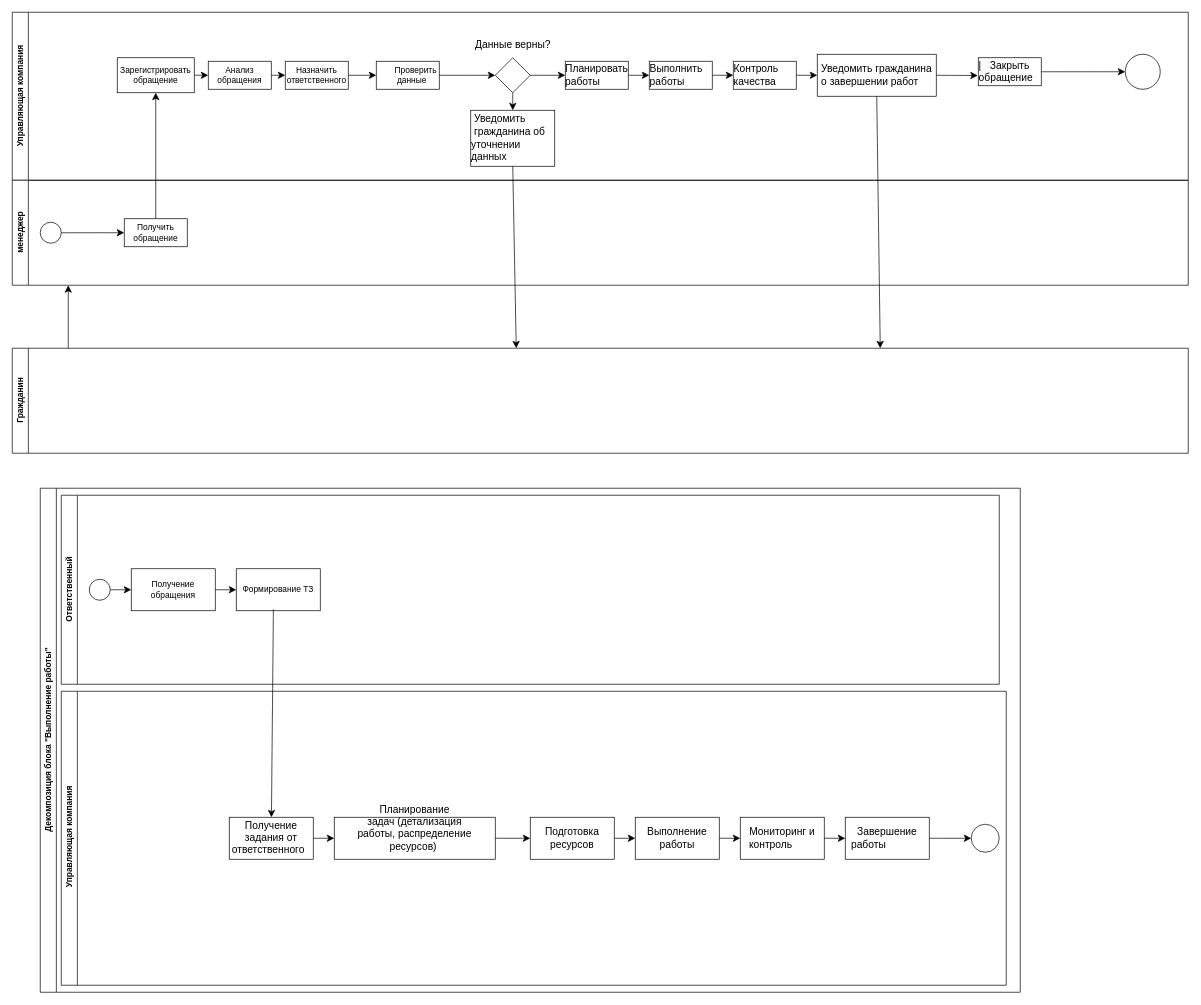
The draw.io diagram 2 семестр/Управление бизнес-процессами/пр7/Диаграмма без названия.drawio in Raccoonn78/MagiCtr, before the edit. Source tidied: cells renumbered, new cells numbered last; positions are measured from the earlier drawing's top-left corner, leaving out a move shared by most shapes. Both pictures are drawn from the tidied source at 70%, with x=0, y=0 at pixel (12, 12).
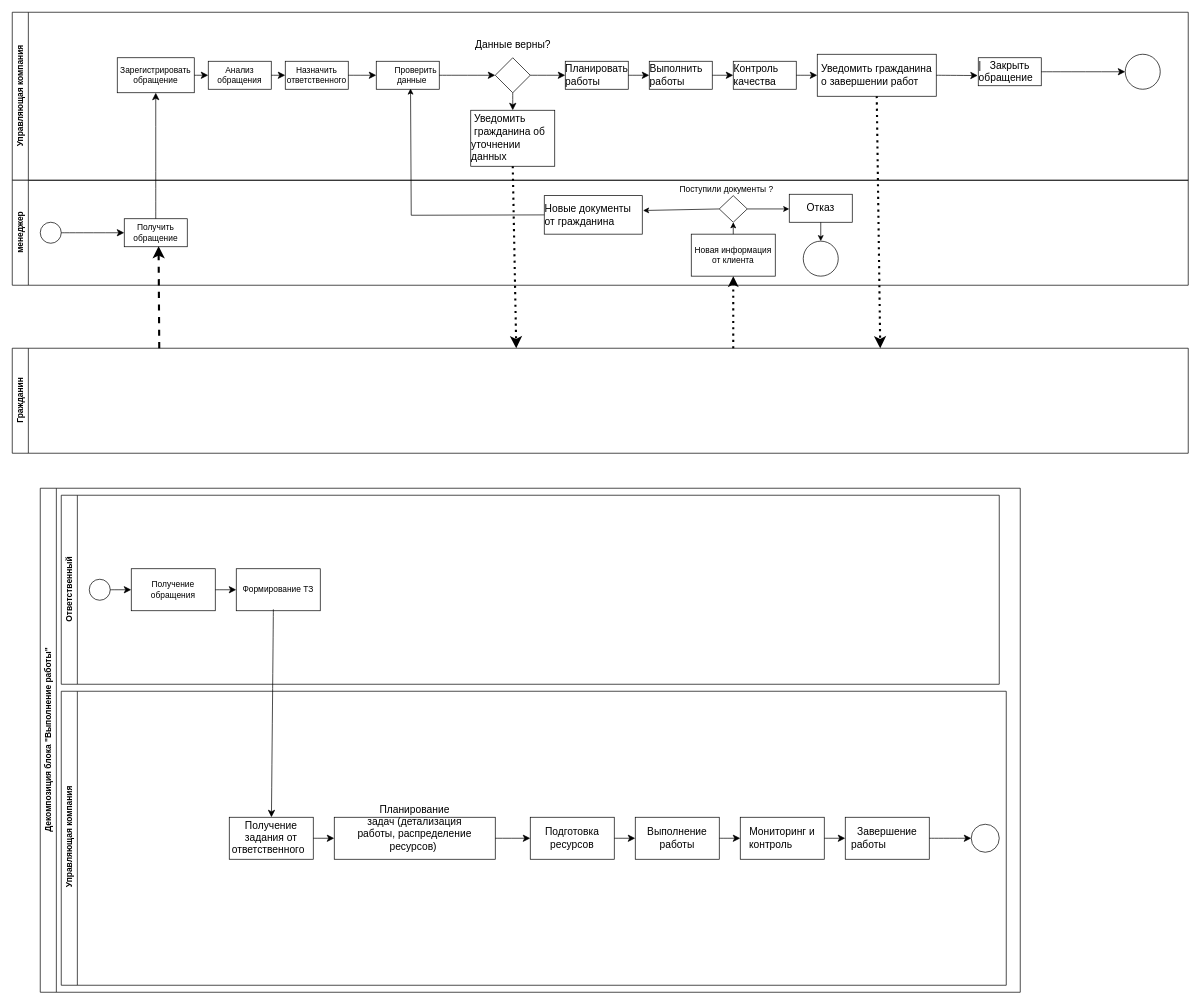
Above is the later version.

Unchanged cells that the change refers to:
```xml
<mxCell id="2" value="Управляющая компания" style="swimlane;horizontal=0;whiteSpace=wrap;html=1;" parent="1" vertex="1">
  <mxGeometry width="1680" height="240" as="geometry" />
</mxCell>
<mxCell id="6" value="&lt;div style=&quot;text-align: left;&quot;&gt;&lt;span style=&quot;white-space: pre;&quot;&gt;&#9;&lt;/span&gt;Проверить&amp;nbsp; &amp;nbsp; &amp;nbsp; &amp;nbsp; &amp;nbsp; &amp;nbsp;данные&lt;br&gt;&lt;/div&gt;" style="rounded=0;whiteSpace=wrap;html=1;" parent="2" vertex="1">
  <mxGeometry x="520" y="70" width="90" height="40" as="geometry" />
</mxCell>
<mxCell id="9" value="&lt;div style=&quot;text-align: left;&quot;&gt;&lt;span style=&quot;font-size:11.0pt;mso-bidi-font-size:14.0pt;&lt;br/&gt;line-height:107%;font-family:&amp;quot;Calibri&amp;quot;,sans-serif;mso-ascii-theme-font:minor-latin;&lt;br/&gt;mso-fareast-font-family:DengXian;mso-fareast-theme-font:minor-fareast;&lt;br/&gt;mso-hansi-theme-font:minor-latin;mso-bidi-font-family:&amp;quot;Cordia New&amp;quot;;mso-bidi-theme-font:&lt;br/&gt;minor-bidi;mso-ansi-language:RU;mso-fareast-language:ZH-CN;mso-bidi-language:&lt;br/&gt;TH&quot;&gt;&amp;nbsp;Уведомить&amp;nbsp; &amp;nbsp; &amp;nbsp; &amp;nbsp;гражданина&amp;nbsp;&lt;/span&gt;&lt;span style=&quot;font-family: Calibri, sans-serif; font-size: 11pt; background-color: initial; text-align: center;&quot;&gt;об уточнении данных&lt;/span&gt;&lt;span style=&quot;font-family: Calibri, sans-serif; font-size: 11pt; background-color: initial; text-align: center;&quot;&gt;&amp;nbsp;&lt;/span&gt;&lt;br&gt;&lt;/div&gt;" style="rounded=0;whiteSpace=wrap;html=1;" parent="2" vertex="1">
  <mxGeometry x="655" y="140" width="120" height="80" as="geometry" />
</mxCell>
<mxCell id="14" value="&lt;div style=&quot;text-align: left;&quot;&gt;&lt;span style=&quot;font-size:11.0pt;mso-bidi-font-size:14.0pt;&lt;br/&gt;line-height:107%;font-family:&amp;quot;Calibri&amp;quot;,sans-serif;mso-ascii-theme-font:minor-latin;&lt;br/&gt;mso-fareast-font-family:DengXian;mso-fareast-theme-font:minor-fareast;&lt;br/&gt;mso-hansi-theme-font:minor-latin;mso-bidi-font-family:&amp;quot;Cordia New&amp;quot;;mso-bidi-theme-font:&lt;br/&gt;minor-bidi;mso-ansi-language:RU;mso-fareast-language:ZH-CN;mso-bidi-language:&lt;br/&gt;TH&quot;&gt;Уведомить гражданина&lt;/span&gt;&lt;/div&gt;&lt;div style=&quot;text-align: left;&quot;&gt;&lt;span style=&quot;font-size:11.0pt;mso-bidi-font-size:14.0pt;&lt;br/&gt;line-height:107%;font-family:&amp;quot;Calibri&amp;quot;,sans-serif;mso-ascii-theme-font:minor-latin;&lt;br/&gt;mso-fareast-font-family:DengXian;mso-fareast-theme-font:minor-fareast;&lt;br/&gt;mso-hansi-theme-font:minor-latin;mso-bidi-font-family:&amp;quot;Cordia New&amp;quot;;mso-bidi-theme-font:&lt;br/&gt;minor-bidi;mso-ansi-language:RU;mso-fareast-language:ZH-CN;mso-bidi-language:&lt;br/&gt;TH&quot;&gt;&lt;span style=&quot;font-size: 11pt; background-color: initial;&quot;&gt;о завершении работ&lt;/span&gt;&lt;span style=&quot;font-size: 11pt; background-color: initial;&quot;&gt;&amp;nbsp;&lt;/span&gt;&amp;nbsp;&lt;/span&gt;&lt;br&gt;&lt;/div&gt;" style="rounded=0;whiteSpace=wrap;html=1;" parent="2" vertex="1">
  <mxGeometry x="1150" y="60" width="170" height="60" as="geometry" />
</mxCell>
<mxCell id="29" value="менеджер" style="swimlane;horizontal=0;whiteSpace=wrap;html=1;" parent="1" vertex="1">
  <mxGeometry y="240" width="1680" height="150" as="geometry" />
</mxCell>
<mxCell id="30" value="Получить обращение" style="rounded=0;whiteSpace=wrap;html=1;" parent="29" vertex="1">
  <mxGeometry x="160" y="55" width="90" height="40" as="geometry" />
</mxCell>
```

Change to the diagram source:
```diff
@@
-    <mxCell id="15" style="endArrow=classic;html=1;rounded=0;fontSize=12;startSize=8;endSize=8;curved=1;exitX=0.5;exitY=1;exitDx=0;exitDy=0;" parent="2" edge="1" source="14">
+    <mxCell id="15" style="endArrow=classic;html=1;rounded=0;fontSize=12;startSize=8;endSize=8;curved=1;exitX=0.5;exitY=1;exitDx=0;exitDy=0;strokeWidth=3;dashed=1;dashPattern=1 2;" parent="2" edge="1" source="14">
       <mxGeometry relative="1" as="geometry">
         <mxPoint x="1240" y="480" as="targetPoint" />
       </mxGeometry>
     </mxCell>
@@
+    <mxCell id="59" value="&lt;div style=&quot;text-align: left;&quot;&gt;&lt;span style=&quot;font-size:11.0pt;mso-bidi-font-size:14.0pt;&lt;br/&gt;line-height:107%;font-family:&amp;quot;Calibri&amp;quot;,sans-serif;mso-ascii-theme-font:minor-latin;&lt;br/&gt;mso-fareast-font-family:DengXian;mso-fareast-theme-font:minor-fareast;&lt;br/&gt;mso-hansi-theme-font:minor-latin;mso-bidi-font-family:&amp;quot;Cordia New&amp;quot;;mso-bidi-theme-font:&lt;br/&gt;minor-bidi;mso-ansi-language:RU;mso-fareast-language:ZH-CN;mso-bidi-language:&lt;br/&gt;TH&quot;&gt;Новые документы от гражданина&lt;/span&gt;&lt;br&gt;&lt;/div&gt;" style="rounded=0;whiteSpace=wrap;html=1;" parent="29" vertex="1">
+      <mxGeometry x="760" y="22" width="140" height="55" as="geometry" />
+    </mxCell>
+    <mxCell id="60" value="Новая информация от клиента" style="rounded=0;whiteSpace=wrap;html=1;" parent="29" vertex="1">
+      <mxGeometry x="970" y="77" width="120" height="60" as="geometry" />
+    </mxCell>
+    <mxCell id="61" style="rhombus;whiteSpace=wrap;html=1;" parent="29" vertex="1">
+      <mxGeometry x="1010" y="22" width="40" height="38" as="geometry" />
+    </mxCell>
+    <mxCell id="62" style="endArrow=classic;html=1;rounded=0;exitX=0;exitY=0.5;exitDx=0;exitDy=0;entryX=1.008;entryY=0.386;entryDx=0;entryDy=0;entryPerimeter=0;" parent="29" edge="1" source="61" target="59">
+      <mxGeometry relative="1" as="geometry" />
+    </mxCell>
+    <mxCell id="63" value="&lt;div style=&quot;text-align: left;&quot;&gt;&lt;span style=&quot;font-size:11.0pt;mso-bidi-font-size:14.0pt;&lt;br/&gt;line-height:107%;font-family:&amp;quot;Calibri&amp;quot;,sans-serif;mso-ascii-theme-font:minor-latin;&lt;br/&gt;mso-fareast-font-family:DengXian;mso-fareast-theme-font:minor-fareast;&lt;br/&gt;mso-hansi-theme-font:minor-latin;mso-bidi-font-family:&amp;quot;Cordia New&amp;quot;;mso-bidi-theme-font:&lt;br/&gt;minor-bidi;mso-ansi-language:RU;mso-fareast-language:ZH-CN;mso-bidi-language:&lt;br/&gt;TH&quot;&gt;Отказ&lt;/span&gt;&lt;br&gt;&lt;/div&gt;" style="rounded=0;whiteSpace=wrap;html=1;" parent="29" vertex="1">
+      <mxGeometry x="1110" y="20" width="90" height="40" as="geometry" />
+    </mxCell>
+    <mxCell id="64" style="ellipse;whiteSpace=wrap;html=1;" parent="29" vertex="1">
+      <mxGeometry x="1130" y="87" width="50" height="50" as="geometry" />
+    </mxCell>
+    <mxCell id="65" style="endArrow=classic;html=1;rounded=0;exitX=0.5;exitY=1;exitDx=0;exitDy=0;" parent="29" edge="1" source="63" target="64">
+      <mxGeometry relative="1" as="geometry" />
+    </mxCell>
+    <mxCell id="66" style="endArrow=classic;html=1;rounded=0;entryX=0.5;entryY=1;entryDx=0;entryDy=0;" parent="29" edge="1" source="60" target="61">
+      <mxGeometry relative="1" as="geometry" />
+    </mxCell>
-    <mxCell id="33" style="endArrow=classic;html=1;rounded=0;fontSize=12;startSize=8;endSize=8;curved=1;" parent="1" edge="1">
+    <mxCell id="33" style="endArrow=classic;html=1;rounded=0;fontSize=12;startSize=8;endSize=8;curved=1;entryX=0.545;entryY=0.978;entryDx=0;entryDy=0;entryPerimeter=0;dashed=1;strokeWidth=3;" parent="1" edge="1" target="30">
       <mxGeometry relative="1" as="geometry">
-        <mxPoint x="80" y="480" as="sourcePoint" />
-        <mxPoint x="80" y="390" as="targetPoint" />
+        <mxPoint x="210" y="480" as="sourcePoint" />
       </mxGeometry>
     </mxCell>
-    <mxCell id="34" style="endArrow=classic;html=1;rounded=0;fontSize=12;startSize=8;endSize=8;curved=1;exitX=0.5;exitY=1;exitDx=0;exitDy=0;" parent="1" edge="1" source="9">
+    <mxCell id="34" style="endArrow=classic;html=1;rounded=0;fontSize=12;startSize=8;endSize=8;curved=1;exitX=0.5;exitY=1;exitDx=0;exitDy=0;dashed=1;dashPattern=1 2;strokeWidth=3;" parent="1" edge="1" source="9">
       <mxGeometry relative="1" as="geometry">
         <mxPoint x="720" y="480" as="targetPoint" />
       </mxGeometry>
     </mxCell>
@@
+    <mxCell id="67" style="endArrow=classic;html=1;rounded=0;entryX=0.544;entryY=0.975;entryDx=0;entryDy=0;exitX=0;exitY=0.5;exitDx=0;exitDy=0;entryPerimeter=0;" parent="1" edge="1" source="59" target="6">
+      <mxGeometry relative="1" as="geometry">
+        <Array as="points">
+          <mxPoint x="570" y="290" />
+        </Array>
+      </mxGeometry>
+    </mxCell>
+    <mxCell id="68" style="endArrow=classic;html=1;rounded=0;entryX=0.5;entryY=1;entryDx=0;entryDy=0;dashed=1;dashPattern=1 2;strokeWidth=3;" parent="1" edge="1" target="60">
+      <mxGeometry relative="1" as="geometry">
+        <mxPoint x="1030" y="480" as="sourcePoint" />
+      </mxGeometry>
+    </mxCell>
+    <mxCell id="69" value="Поступили документы ?" style="text;html=1;align=center;verticalAlign=middle;strokeColor=none;fillColor=none;" parent="1" vertex="1">
+      <mxGeometry x="940" y="238" width="160" height="30" as="geometry" />
+    </mxCell>
+    <mxCell id="70" style="endArrow=classic;html=1;rounded=0;exitX=1;exitY=0.5;exitDx=0;exitDy=0;" parent="1" edge="1" source="61">
+      <mxGeometry relative="1" as="geometry">
+        <mxPoint x="1110" y="281" as="targetPoint" />
+      </mxGeometry>
+    </mxCell>
```
